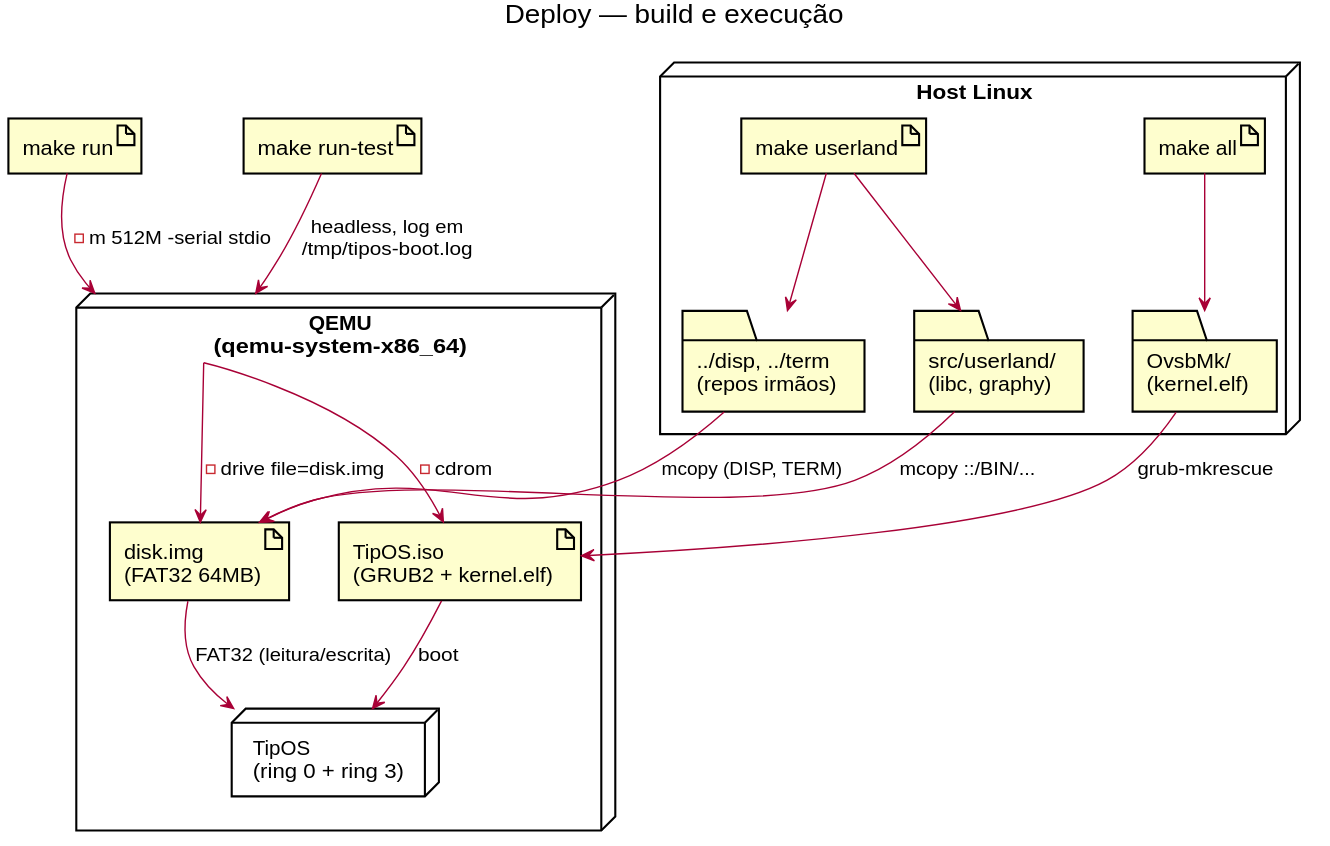
This is docs/uml/deploy.svg from Bugs-Appettit-inc/OvsbOs, a PlantUML export, as it was before one commit. Source of this version:
```plantuml
@startuml

title Deploy — build e execução

skinparam shadowing false
skinparam defaultFontName "SansSerif"

node "Host Linux" as host {
    folder "OvsbMk/\n(kernel.elf)" as ksrc
    folder "src/userland/\n(libc, graphy)" as usrc
    folder "../disp, ../term\n(repos irmãos)" as isrc
    artifact "make all" as m1
    artifact "make userland" as m2
    m1 --> ksrc
    m2 --> usrc
    m2 --> isrc
}

node "QEMU\n(qemu-system-x86_64)" as qemu {
    artifact "TipOS.iso\n(GRUB2 + kernel.elf)" as iso
    artifact "disk.img\n(FAT32 64MB)" as disk
    node "TipOS\n(ring 0 + ring 3)" as tipos {
    }
}

ksrc --> iso : grub-mkrescue
usrc --> disk : mcopy ::/BIN/...
isrc --> disk : mcopy (DISP, TERM)
qemu --> iso : -cdrom
qemu --> disk : -drive file=disk.img
iso --> tipos : boot
disk --> tipos : FAT32 (leitura/escrita)

artifact "make run" as run
run --> qemu : -m 512M -serial stdio
artifact "make run-test" as runtest
runtest --> qemu : headless, log em\n/tmp/tipos-boot.log
@enduml
```
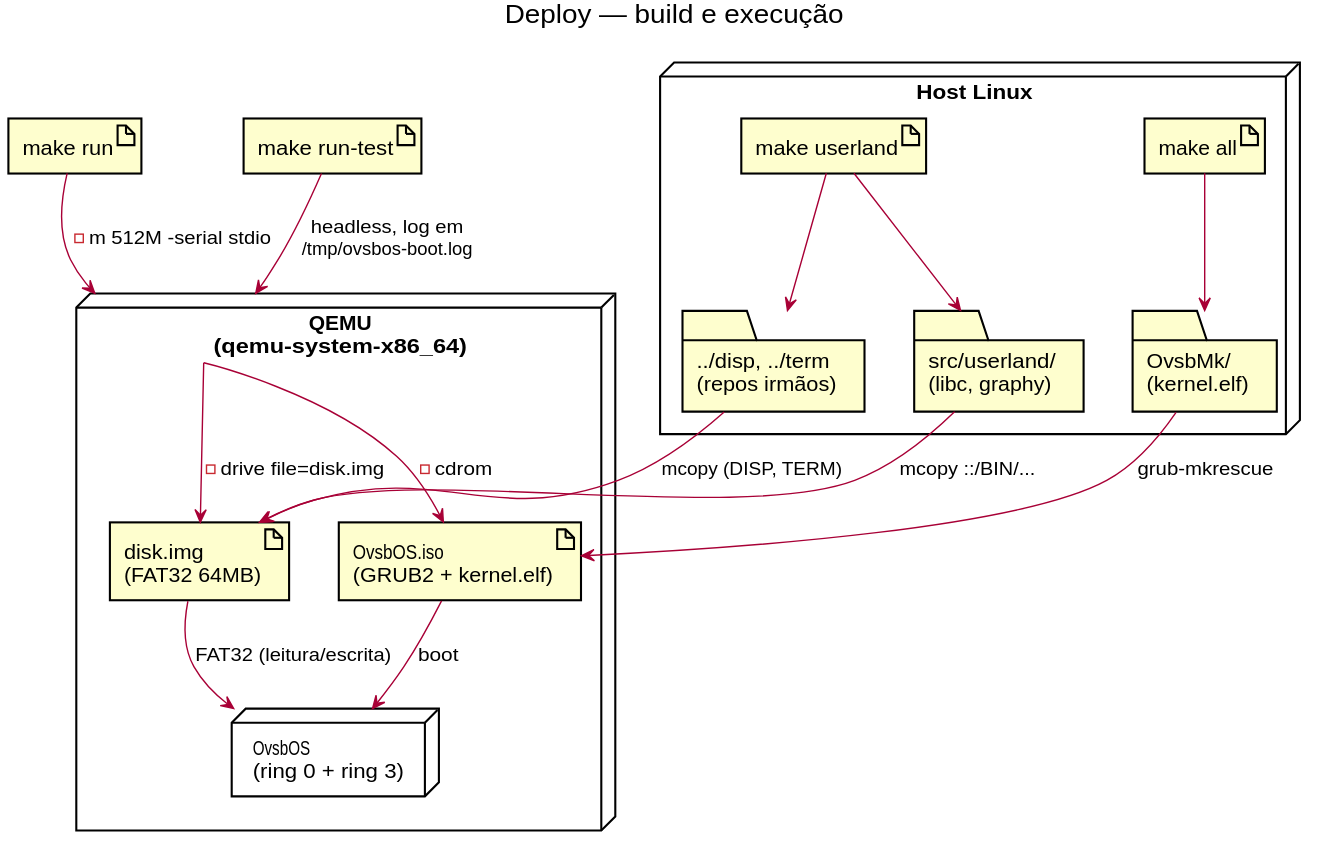
Later version of the same file.

Diff of the diagram source:
```diff
@@ -17,9 +17,9 @@
 }
 
 node "QEMU\n(qemu-system-x86_64)" as qemu {
-    artifact "TipOS.iso\n(GRUB2 + kernel.elf)" as iso
+    artifact "OvsbOS.iso\n(GRUB2 + kernel.elf)" as iso
     artifact "disk.img\n(FAT32 64MB)" as disk
-    node "TipOS\n(ring 0 + ring 3)" as tipos {
+    node "OvsbOS\n(ring 0 + ring 3)" as ovsbos {
     }
 }
 
@@ -28,11 +28,11 @@
 isrc --> disk : mcopy (DISP, TERM)
 qemu --> iso : -cdrom
 qemu --> disk : -drive file=disk.img
-iso --> tipos : boot
-disk --> tipos : FAT32 (leitura/escrita)
+iso --> ovsbos : boot
+disk --> ovsbos : FAT32 (leitura/escrita)
 
 artifact "make run" as run
 run --> qemu : -m 512M -serial stdio
 artifact "make run-test" as runtest
-runtest --> qemu : headless, log em\n/tmp/tipos-boot.log
+runtest --> qemu : headless, log em\n/tmp/ovsbos-boot.log
 @enduml
```
